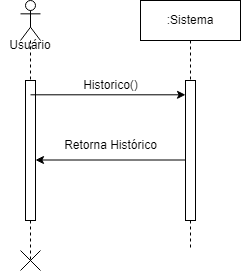
ThePlano/Projeto-CC5511---ENGENHARIA-DE-SOFTWARE keeps this draw.io diagram as Diagrama_sequencia_vizualizar_historico.png. Above is the earlier version. Source tidied: cells renumbered, new cells last; positions are measured from the earlier drawing's top-left corner, leaving out a move shared by most shapes.
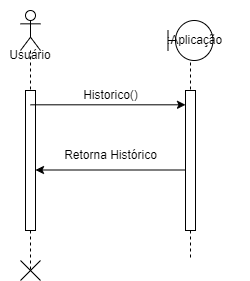
Later version of the same file.

Diff of the diagram source:
```diff
@@ -37,5 +37,11 @@
         <mxPoint x="185" y="159.5" as="targetPoint" />
       </mxGeometry>
     </mxCell>
+    <mxCell id="12" style="rounded=0;whiteSpace=wrap;html=1;strokeColor=none;" parent="1" vertex="1">
+      <mxGeometry x="130" y="-10" width="120" height="60" as="geometry" />
+    </mxCell>
+    <mxCell id="13" value=":Aplicação" style="shape=umlBoundary;whiteSpace=wrap;html=1;" parent="1" vertex="1">
+      <mxGeometry x="167.5" y="10" width="45" height="40" as="geometry" />
+    </mxCell>
   </root>
 </mxGraphModel>
```
